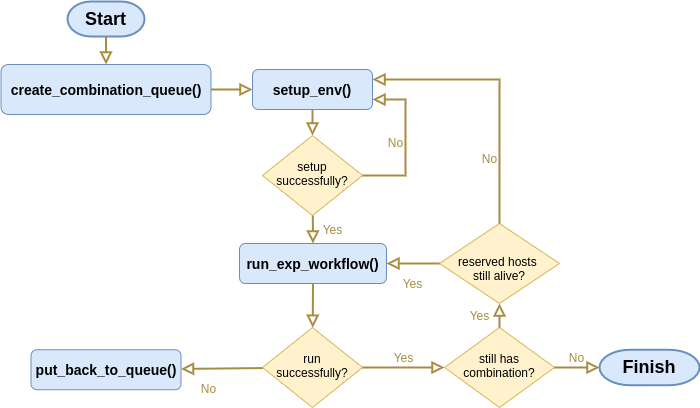
ntlinh16/cloudal keeps this draw.io diagram as images/experiment_flowchart.png. Above is the earlier version. Source tidied: cells renumbered, new cells last; positions are measured from the earlier drawing's top-left corner, leaving out a move shared by most shapes.
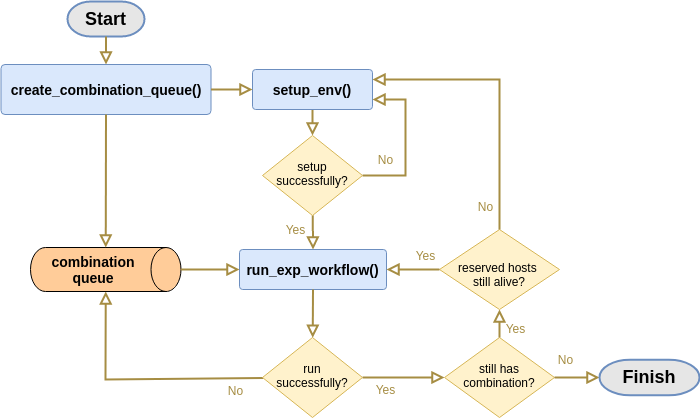
Later version of the same file.

Commit message:
doc: update image for experiment flowchart

Change to the diagram source:
```diff
@@ -5,14 +5,14 @@
     <mxCell id="2" style="rounded=0;html=1;jettySize=auto;fontSize=11;endArrow=block;endFill=0;endSize=8;strokeWidth=2;shadow=0;labelBackgroundColor=none;strokeColor=#A68D43;" parent="1" edge="1" source="3" target="6">
       <mxGeometry relative="1" as="geometry" />
     </mxCell>
-    <mxCell id="3" value="&lt;font style=&quot;font-size: 14px&quot;&gt;&lt;b&gt;setup_env()&lt;/b&gt;&lt;/font&gt;" style="rounded=1;whiteSpace=wrap;html=1;fontSize=12;glass=0;strokeWidth=1;shadow=0;fillColor=#dae8fc;strokeColor=#6c8ebf;" parent="1" vertex="1">
+    <mxCell id="3" value="&lt;font style=&quot;font-size: 14px&quot;&gt;&lt;b&gt;setup_env()&lt;/b&gt;&lt;/font&gt;" style="rounded=1;whiteSpace=wrap;html=1;fontSize=12;glass=0;strokeWidth=1;shadow=0;fillColor=#dae8fc;strokeColor=#6c8ebf;arcSize=8;" parent="1" vertex="1">
       <mxGeometry x="251" y="68" width="120" height="40" as="geometry" />
     </mxCell>
-    <mxCell id="4" value="Yes" style="rounded=0;html=1;jettySize=auto;fontSize=12;endArrow=block;endFill=0;endSize=8;strokeWidth=2;shadow=0;labelBackgroundColor=none;entryX=0.5;entryY=0;entryDx=0;entryDy=0;strokeColor=#A68D43;fontColor=#A68D43;spacing=3;" parent="1" edge="1" source="6" target="11">
-      <mxGeometry y="20" relative="1" as="geometry" />
+    <mxCell id="4" value="Yes" style="rounded=0;html=1;jettySize=auto;fontSize=12;endArrow=block;endFill=0;endSize=8;strokeWidth=2;shadow=0;labelBackgroundColor=none;entryX=0.5;entryY=0;entryDx=0;entryDy=0;strokeColor=#A68D43;fontColor=#A68D43;spacing=3;" parent="1" edge="1" source="6" target="10">
+      <mxGeometry x="-0.18" y="-17" relative="1" as="geometry" />
     </mxCell>
     <mxCell id="5" value="No" style="edgeStyle=orthogonalEdgeStyle;rounded=0;html=1;jettySize=auto;fontSize=12;endArrow=block;endFill=0;endSize=8;strokeWidth=2;shadow=0;labelBackgroundColor=none;entryX=1;entryY=0.75;entryDx=0;entryDy=0;exitX=1;exitY=0.5;exitDx=0;exitDy=0;strokeColor=#A68D43;fontColor=#A68D43;spacing=3;" parent="1" edge="1" source="6" target="3">
-      <mxGeometry y="10" relative="1" as="geometry">
+      <mxGeometry x="-0.7" y="16" relative="1" as="geometry">
         <Array as="points">
           <mxPoint x="404" y="174" />
           <mxPoint x="404" y="98" />
@@ -22,56 +22,66 @@
     <mxCell id="6" value="setup&lt;br&gt;successfully?" style="rhombus;whiteSpace=wrap;html=1;shadow=0;fontFamily=Helvetica;fontSize=12;align=center;strokeWidth=1;spacing=6;spacingTop=-4;fillColor=#fff2cc;strokeColor=#d6b656;" parent="1" vertex="1">
       <mxGeometry x="261" y="134" width="100" height="80" as="geometry" />
     </mxCell>
-    <mxCell id="7" value="No" style="rounded=0;html=1;jettySize=auto;fontSize=12;endArrow=block;endFill=0;endSize=8;strokeWidth=2;shadow=0;labelBackgroundColor=none;strokeColor=#A68D43;fontColor=#A68D43;spacing=3;" parent="1" edge="1" source="9" target="10">
-      <mxGeometry x="0.33" y="20" relative="1" as="geometry" />
+    <mxCell id="7" value="No" style="rounded=0;html=1;jettySize=auto;fontSize=12;endArrow=block;endFill=0;endSize=8;strokeWidth=2;shadow=0;labelBackgroundColor=none;strokeColor=#A68D43;fontColor=#A68D43;spacing=3;entryX=1;entryY=0.5;entryDx=0;entryDy=0;entryPerimeter=0;" parent="1" edge="1" source="9" target="23">
+      <mxGeometry x="-0.77" y="12" relative="1" as="geometry">
+        <Array as="points">
+          <mxPoint x="104" y="378" />
+        </Array>
+      </mxGeometry>
     </mxCell>
-    <mxCell id="8" value="Yes" style="rounded=0;html=1;jettySize=auto;fontSize=12;endArrow=block;endFill=0;endSize=8;strokeWidth=2;shadow=0;labelBackgroundColor=none;entryX=0;entryY=0.5;entryDx=0;entryDy=0;strokeColor=#A68D43;fontColor=#A68D43;spacing=3;" parent="1" edge="1" source="9" target="12">
-      <mxGeometry y="10" relative="1" as="geometry" />
+    <mxCell id="8" value="Yes" style="rounded=0;html=1;jettySize=auto;fontSize=12;endArrow=block;endFill=0;endSize=8;strokeWidth=2;shadow=0;labelBackgroundColor=none;entryX=0;entryY=0.5;entryDx=0;entryDy=0;strokeColor=#A68D43;fontColor=#A68D43;spacing=3;" parent="1" edge="1" source="9" target="11">
+      <mxGeometry x="-0.44" y="-12" relative="1" as="geometry" />
     </mxCell>
     <mxCell id="9" value="run successfully?" style="rhombus;whiteSpace=wrap;html=1;shadow=0;fontFamily=Helvetica;fontSize=12;align=center;strokeWidth=1;spacing=6;spacingTop=-4;fillColor=#fff2cc;strokeColor=#d6b656;" parent="1" vertex="1">
-      <mxGeometry x="261" y="326" width="100" height="80" as="geometry" />
+      <mxGeometry x="261" y="336" width="100" height="80" as="geometry" />
     </mxCell>
-    <mxCell id="10" value="&lt;font style=&quot;font-size: 14px&quot;&gt;&lt;b&gt;put_back_to_queue()&lt;/b&gt;&lt;/font&gt;" style="rounded=1;whiteSpace=wrap;html=1;fontSize=12;glass=0;strokeWidth=1;shadow=0;fillColor=#dae8fc;strokeColor=#6c8ebf;" parent="1" vertex="1">
-      <mxGeometry x="29.5" y="348.2" width="150" height="40" as="geometry" />
+    <mxCell id="10" value="&lt;font style=&quot;font-size: 14px&quot;&gt;&lt;b&gt;run_exp_workflow()&lt;/b&gt;&lt;/font&gt;" style="rounded=1;whiteSpace=wrap;html=1;fontSize=12;glass=0;strokeWidth=1;shadow=0;fillColor=#dae8fc;strokeColor=#6c8ebf;arcSize=8;" parent="1" vertex="1">
+      <mxGeometry x="238" y="248" width="147" height="40" as="geometry" />
     </mxCell>
-    <mxCell id="11" value="&lt;font style=&quot;font-size: 14px&quot;&gt;&lt;b&gt;run_exp_workflow()&lt;/b&gt;&lt;/font&gt;" style="rounded=1;whiteSpace=wrap;html=1;fontSize=12;glass=0;strokeWidth=1;shadow=0;fillColor=#dae8fc;strokeColor=#6c8ebf;" parent="1" vertex="1">
-      <mxGeometry x="238" y="242" width="147" height="40" as="geometry" />
+    <mxCell id="11" value="still has combination?" style="rhombus;whiteSpace=wrap;html=1;shadow=0;fontFamily=Helvetica;fontSize=12;align=center;strokeWidth=1;spacing=6;spacingTop=-4;fillColor=#fff2cc;strokeColor=#d6b656;" parent="1" vertex="1">
+      <mxGeometry x="443" y="336" width="110" height="80" as="geometry" />
     </mxCell>
-    <mxCell id="12" value="still has combination?" style="rhombus;whiteSpace=wrap;html=1;shadow=0;fontFamily=Helvetica;fontSize=12;align=center;strokeWidth=1;spacing=6;spacingTop=-4;fillColor=#fff2cc;strokeColor=#d6b656;" parent="1" vertex="1">
-      <mxGeometry x="443" y="326" width="110" height="80" as="geometry" />
+    <mxCell id="12" value="Yes" style="rounded=0;html=1;jettySize=auto;fontSize=12;endArrow=block;endFill=0;endSize=8;strokeWidth=2;shadow=0;labelBackgroundColor=none;exitX=0.5;exitY=0;exitDx=0;exitDy=0;entryX=0.5;entryY=1;entryDx=0;entryDy=0;strokeColor=#A68D43;fontColor=#A68D43;spacing=3;" parent="1" edge="1" source="11" target="14">
+      <mxGeometry x="-0.33" y="-16" relative="1" as="geometry" />
     </mxCell>
-    <mxCell id="13" value="Yes" style="rounded=0;html=1;jettySize=auto;fontSize=12;endArrow=block;endFill=0;endSize=8;strokeWidth=2;shadow=0;labelBackgroundColor=none;exitX=0.5;exitY=0;exitDx=0;exitDy=0;entryX=0.5;entryY=1;entryDx=0;entryDy=0;strokeColor=#A68D43;fontColor=#A68D43;spacing=3;" parent="1" edge="1" source="12" target="15">
-      <mxGeometry y="20" relative="1" as="geometry" />
+    <mxCell id="13" value="No" style="rounded=0;html=1;jettySize=auto;fontSize=12;endArrow=block;endFill=0;endSize=8;strokeWidth=2;shadow=0;labelBackgroundColor=none;entryX=0;entryY=0.5;entryDx=0;entryDy=0;entryPerimeter=0;strokeColor=#A68D43;fontColor=#A68D43;spacing=3;" parent="1" edge="1" source="11" target="20">
+      <mxGeometry x="-0.51" y="18" relative="1" as="geometry" />
     </mxCell>
-    <mxCell id="14" value="No" style="rounded=0;html=1;jettySize=auto;fontSize=12;endArrow=block;endFill=0;endSize=8;strokeWidth=2;shadow=0;labelBackgroundColor=none;entryX=0;entryY=0.5;entryDx=0;entryDy=0;entryPerimeter=0;strokeColor=#A68D43;fontColor=#A68D43;spacing=3;" parent="1" edge="1" source="12" target="21">
-      <mxGeometry y="10" relative="1" as="geometry" />
+    <mxCell id="14" value="&lt;br&gt;reserved hosts &lt;br&gt;still alive?" style="rhombus;whiteSpace=wrap;html=1;shadow=0;fontFamily=Helvetica;fontSize=12;align=center;strokeWidth=1;spacing=6;spacingTop=-4;fillColor=#fff2cc;strokeColor=#d6b656;" parent="1" vertex="1">
+      <mxGeometry x="438" y="228" width="120" height="80" as="geometry" />
     </mxCell>
-    <mxCell id="15" value="&lt;br&gt;reserved hosts &lt;br&gt;still alive?" style="rhombus;whiteSpace=wrap;html=1;shadow=0;fontFamily=Helvetica;fontSize=12;align=center;strokeWidth=1;spacing=6;spacingTop=-4;fillColor=#fff2cc;strokeColor=#d6b656;" parent="1" vertex="1">
-      <mxGeometry x="438" y="222" width="120" height="80" as="geometry" />
+    <mxCell id="15" value="Yes" style="rounded=0;html=1;jettySize=auto;fontSize=12;endArrow=block;endFill=0;endSize=8;strokeWidth=2;shadow=0;labelBackgroundColor=none;entryX=1;entryY=0.5;entryDx=0;entryDy=0;exitX=0;exitY=0.5;exitDx=0;exitDy=0;strokeColor=#A68D43;fontColor=#A68D43;spacing=3;" parent="1" edge="1" source="14" target="10">
+      <mxGeometry x="-0.47" y="-14" relative="1" as="geometry" />
     </mxCell>
-    <mxCell id="16" value="Yes" style="rounded=0;html=1;jettySize=auto;fontSize=12;endArrow=block;endFill=0;endSize=8;strokeWidth=2;shadow=0;labelBackgroundColor=none;entryX=1;entryY=0.5;entryDx=0;entryDy=0;exitX=0;exitY=0.5;exitDx=0;exitDy=0;strokeColor=#A68D43;fontColor=#A68D43;spacing=3;" parent="1" edge="1" source="15" target="11">
-      <mxGeometry y="20" relative="1" as="geometry" />
+    <mxCell id="16" value="&amp;nbsp; &amp;nbsp; &amp;nbsp; &amp;nbsp; &amp;nbsp; &amp;nbsp; &amp;nbsp; &amp;nbsp;&lt;br style=&quot;font-size: 12px&quot;&gt;No" style="rounded=0;html=1;jettySize=auto;fontSize=12;endArrow=block;endFill=0;endSize=8;strokeWidth=2;shadow=0;labelBackgroundColor=none;entryX=1;entryY=0.25;entryDx=0;entryDy=0;exitX=0.5;exitY=0;exitDx=0;exitDy=0;comic=0;edgeStyle=orthogonalEdgeStyle;strokeColor=#A68D43;fontColor=#A68D43;spacing=3;" parent="1" edge="1" source="14" target="3">
+      <mxGeometry x="-0.78" y="14" relative="1" as="geometry" />
     </mxCell>
-    <mxCell id="17" value="&amp;nbsp; &amp;nbsp; &amp;nbsp; &amp;nbsp; &amp;nbsp; &amp;nbsp; &amp;nbsp; &amp;nbsp;&lt;br style=&quot;font-size: 12px;&quot;&gt;&lt;br style=&quot;font-size: 12px;&quot;&gt;&lt;br style=&quot;font-size: 12px;&quot;&gt;&lt;br style=&quot;font-size: 12px;&quot;&gt;&lt;br style=&quot;font-size: 12px;&quot;&gt;&lt;br style=&quot;font-size: 12px;&quot;&gt;&lt;br style=&quot;font-size: 12px;&quot;&gt;&lt;br style=&quot;font-size: 12px;&quot;&gt;&lt;br style=&quot;font-size: 12px;&quot;&gt;&lt;br style=&quot;font-size: 12px;&quot;&gt;No" style="rounded=0;html=1;jettySize=auto;fontSize=12;endArrow=block;endFill=0;endSize=8;strokeWidth=2;shadow=0;labelBackgroundColor=none;entryX=1;entryY=0.25;entryDx=0;entryDy=0;exitX=0.5;exitY=0;exitDx=0;exitDy=0;comic=0;edgeStyle=orthogonalEdgeStyle;strokeColor=#A68D43;fontColor=#A68D43;spacing=3;" parent="1" edge="1" source="15" target="3">
-      <mxGeometry y="10" relative="1" as="geometry" />
+    <mxCell id="17" style="rounded=0;html=1;jettySize=auto;fontSize=11;endArrow=block;endFill=0;endSize=8;strokeWidth=2;shadow=0;labelBackgroundColor=none;exitX=0.5;exitY=1;exitDx=0;exitDy=0;strokeColor=#A68D43;" parent="1" edge="1" source="10" target="9">
+      <mxGeometry relative="1" as="geometry" />
     </mxCell>
-    <mxCell id="18" style="rounded=0;html=1;jettySize=auto;fontSize=11;endArrow=block;endFill=0;endSize=8;strokeWidth=2;shadow=0;labelBackgroundColor=none;exitX=0.5;exitY=1;exitDx=0;exitDy=0;strokeColor=#A68D43;" parent="1" edge="1" source="11" target="9">
-      <mxGeometry relative="1" as="geometry" />
+    <mxCell id="18" value="&lt;b&gt;&lt;font style=&quot;font-size: 18px&quot;&gt;Start&lt;/font&gt;&lt;/b&gt;" style="strokeWidth=2;html=1;shape=mxgraph.flowchart.terminator;whiteSpace=wrap;strokeColor=#6c8ebf;fillColor=#E6E6E6;" parent="1" vertex="1">
+      <mxGeometry x="66" width="77" height="35" as="geometry" />
     </mxCell>
-    <mxCell id="19" value="&lt;b&gt;&lt;font style=&quot;font-size: 18px&quot;&gt;Start&lt;/font&gt;&lt;/b&gt;" style="strokeWidth=2;html=1;shape=mxgraph.flowchart.terminator;whiteSpace=wrap;fillColor=#dae8fc;strokeColor=#6c8ebf;" parent="1" vertex="1">
-      <mxGeometry x="66" width="77" height="35" as="geometry" />
+    <mxCell id="19" style="rounded=0;html=1;jettySize=auto;fontSize=11;endArrow=block;endFill=0;endSize=8;strokeWidth=2;shadow=0;labelBackgroundColor=none;exitX=0.5;exitY=1;exitDx=0;exitDy=0;exitPerimeter=0;entryX=0.5;entryY=0;entryDx=0;entryDy=0;strokeColor=#A68D43;" parent="1" edge="1" source="18" target="21">
+      <mxGeometry relative="1" as="geometry" />
     </mxCell>
-    <mxCell id="20" style="rounded=0;html=1;jettySize=auto;fontSize=11;endArrow=block;endFill=0;endSize=8;strokeWidth=2;shadow=0;labelBackgroundColor=none;exitX=0.5;exitY=1;exitDx=0;exitDy=0;exitPerimeter=0;entryX=0.5;entryY=0;entryDx=0;entryDy=0;strokeColor=#A68D43;" parent="1" edge="1" source="19" target="22">
-      <mxGeometry relative="1" as="geometry" />
+    <mxCell id="20" value="&lt;b&gt;&lt;font style=&quot;font-size: 18px&quot;&gt;Finish&lt;/font&gt;&lt;/b&gt;" style="strokeWidth=2;html=1;shape=mxgraph.flowchart.terminator;whiteSpace=wrap;strokeColor=#6c8ebf;fillColor=#E6E6E6;" parent="1" vertex="1">
+      <mxGeometry x="598" y="358.2" width="100" height="35.5" as="geometry" />
     </mxCell>
-    <mxCell id="21" value="&lt;b&gt;&lt;font style=&quot;font-size: 18px&quot;&gt;Finish&lt;/font&gt;&lt;/b&gt;" style="strokeWidth=2;html=1;shape=mxgraph.flowchart.terminator;whiteSpace=wrap;fillColor=#dae8fc;strokeColor=#6c8ebf;" parent="1" vertex="1">
-      <mxGeometry x="598" y="348.2" width="100" height="35.5" as="geometry" />
+    <mxCell id="21" value="&lt;font style=&quot;font-size: 14px&quot;&gt;&lt;b&gt;create_combination_queue()&lt;/b&gt;&lt;b&gt;&lt;br&gt;&lt;/b&gt;&lt;/font&gt;" style="rounded=1;whiteSpace=wrap;html=1;fontSize=12;glass=0;strokeWidth=1;shadow=0;fillColor=#dae8fc;strokeColor=#6c8ebf;arcSize=8;" parent="1" vertex="1">
+      <mxGeometry x="-0.5" y="63" width="210" height="50" as="geometry" />
     </mxCell>
-    <mxCell id="22" value="&lt;font style=&quot;font-size: 14px&quot;&gt;&lt;b&gt;create_combination_queue()&lt;br&gt;&lt;/b&gt;&lt;/font&gt;" style="rounded=1;whiteSpace=wrap;html=1;fontSize=12;glass=0;strokeWidth=1;shadow=0;fillColor=#dae8fc;strokeColor=#6c8ebf;" parent="1" vertex="1">
-      <mxGeometry x="-0.5" y="63" width="210" height="50" as="geometry" />
+    <mxCell id="22" style="rounded=0;html=1;jettySize=auto;fontSize=11;endArrow=block;endFill=0;endSize=8;strokeWidth=2;shadow=0;labelBackgroundColor=none;exitX=1;exitY=0.5;exitDx=0;exitDy=0;entryX=0;entryY=0.5;entryDx=0;entryDy=0;strokeColor=#A68D43;" parent="1" edge="1" source="21" target="3">
+      <mxGeometry relative="1" as="geometry" />
     </mxCell>
-    <mxCell id="23" style="rounded=0;html=1;jettySize=auto;fontSize=11;endArrow=block;endFill=0;endSize=8;strokeWidth=2;shadow=0;labelBackgroundColor=none;exitX=1;exitY=0.5;exitDx=0;exitDy=0;entryX=0;entryY=0.5;entryDx=0;entryDy=0;strokeColor=#A68D43;" parent="1" edge="1" source="22" target="3">
-      <mxGeometry relative="1" as="geometry" />
+    <mxCell id="23" value="&lt;b style=&quot;font-size: 14px&quot;&gt;combination&lt;br&gt;queue&lt;/b&gt;" style="shape=cylinder3;whiteSpace=wrap;html=1;boundedLbl=1;backgroundOutline=1;size=15;direction=south;fillColor=#FFCC99;" parent="1" vertex="1">
+      <mxGeometry x="29" y="246" width="150.5" height="44" as="geometry" />
     </mxCell>
+    <mxCell id="24" style="rounded=0;html=1;jettySize=auto;fontSize=11;endArrow=block;endFill=0;endSize=8;strokeWidth=2;shadow=0;labelBackgroundColor=none;exitX=0.5;exitY=1;exitDx=0;exitDy=0;entryX=0;entryY=0.5;entryDx=0;entryDy=0;strokeColor=#A68D43;entryPerimeter=0;" parent="1" edge="1" source="21" target="23">
+      <mxGeometry relative="1" as="geometry" />
+    </mxCell>
+    <mxCell id="25" style="rounded=0;html=1;jettySize=auto;fontSize=11;endArrow=block;endFill=0;endSize=8;strokeWidth=2;shadow=0;labelBackgroundColor=none;exitX=0.5;exitY=0;exitDx=0;exitDy=0;entryX=0;entryY=0.5;entryDx=0;entryDy=0;strokeColor=#A68D43;exitPerimeter=0;" parent="1" edge="1" source="23" target="10">
+      <mxGeometry relative="1" as="geometry" />
+    </mxCell>
   </root>
 </mxGraphModel>
```
